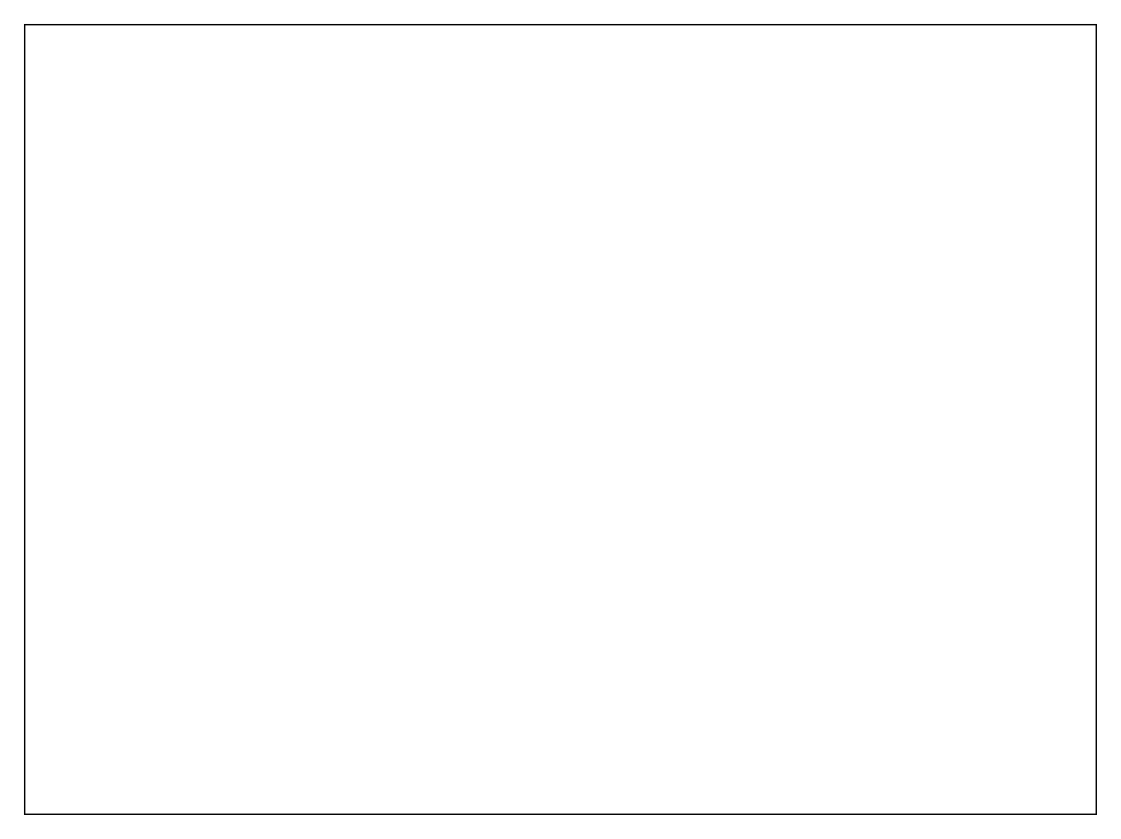
This is docs/Components.drawio from paulologeh/FlexForms, a draw.io file, before an edit. Source tidied: cells renumbered, new cells numbered last; positions are measured from the earlier drawing's top-left corner, leaving out a move shared by most shapes. Both pictures are drawn from the tidied source at 141%, with x=0, y=0 at pixel (24, 24).
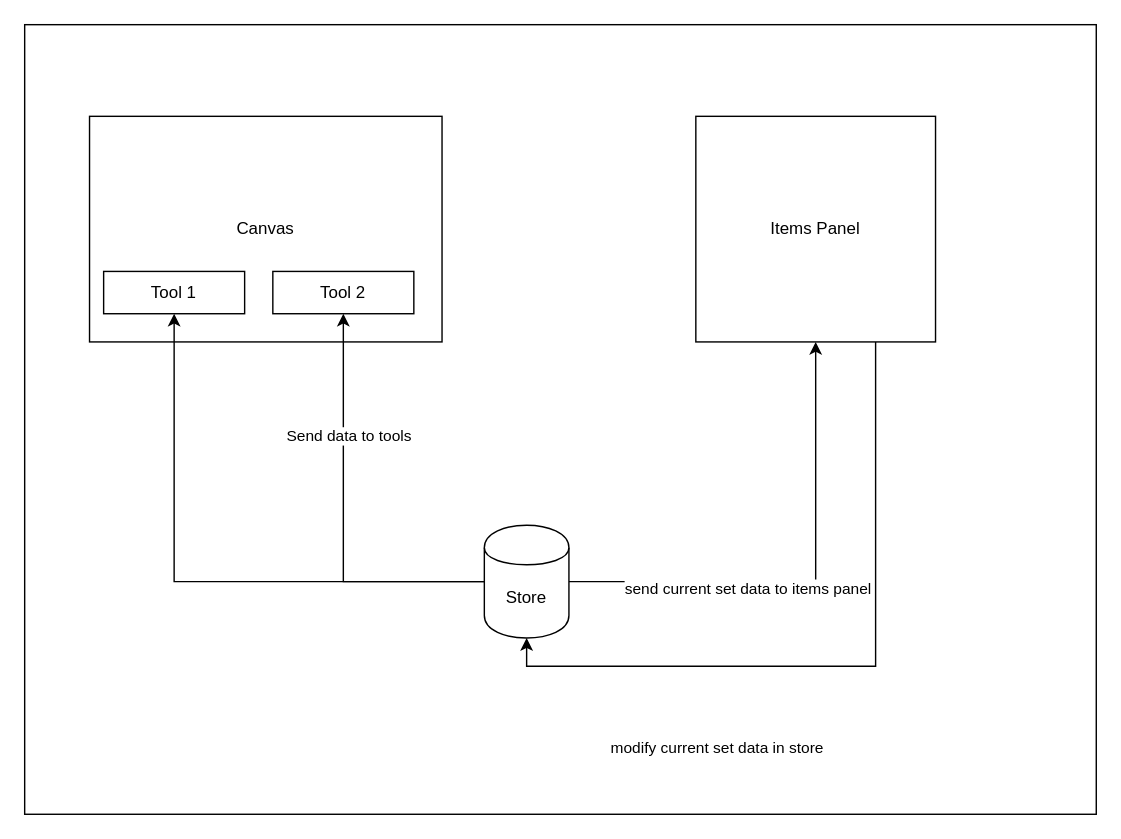
The same page after the edit.

Commit message (it also covers changes not shown here):
Added store and made responsive

Diff of the diagram source:
```diff
@@
 <mxGraphModel>
   <root>
     <mxCell id="0" />
     <mxCell id="1" parent="0" />
     <mxCell id="2" style="rounded=0;whiteSpace=wrap;html=1;" parent="1" vertex="1">
       <mxGeometry width="760" height="560" as="geometry" />
     </mxCell>
+    <mxCell id="3" value="Canvas" style="rounded=0;whiteSpace=wrap;html=1;" parent="1" vertex="1">
+      <mxGeometry x="46" y="65" width="250" height="160" as="geometry" />
+    </mxCell>
+    <mxCell id="4" value="Tool 1" style="rounded=0;whiteSpace=wrap;html=1;" parent="1" vertex="1">
+      <mxGeometry x="56" y="175" width="100" height="30" as="geometry" />
+    </mxCell>
+    <mxCell id="5" value="Tool 2" style="rounded=0;whiteSpace=wrap;html=1;" parent="1" vertex="1">
+      <mxGeometry x="176" y="175" width="100" height="30" as="geometry" />
+    </mxCell>
+    <mxCell id="6" style="edgeStyle=orthogonalEdgeStyle;rounded=0;jettySize=auto;html=1;exitX=0.75;exitY=1;exitDx=0;exitDy=0;entryX=0.5;entryY=1;entryDx=0;entryDy=0;" parent="1" edge="1" source="8" target="14">
+      <mxGeometry relative="1" as="geometry" />
+    </mxCell>
+    <mxCell id="7" value="modify current set data in store" style="edgeLabel;html=1;align=center;verticalAlign=middle;" parent="6" vertex="1">
+      <mxGeometry x="-0.08" y="-57" relative="1" as="geometry">
+        <mxPoint x="-56" y="58" as="offset" />
+      </mxGeometry>
+    </mxCell>
+    <mxCell id="8" value="Items Panel" style="rounded=0;whiteSpace=wrap;html=1;" parent="1" vertex="1">
+      <mxGeometry x="476" y="65" width="170" height="160" as="geometry" />
+    </mxCell>
+    <mxCell id="9" style="edgeStyle=orthogonalEdgeStyle;rounded=0;jettySize=auto;html=1;exitX=1;exitY=0.5;exitDx=0;exitDy=0;" parent="1" edge="1" source="14" target="8">
+      <mxGeometry relative="1" as="geometry" />
+    </mxCell>
+    <mxCell id="10" value="send current set data to items panel" style="edgeLabel;html=1;align=center;verticalAlign=middle;" parent="9" vertex="1">
+      <mxGeometry x="-0.27" y="-4" relative="1" as="geometry" />
+    </mxCell>
+    <mxCell id="11" style="edgeStyle=orthogonalEdgeStyle;rounded=0;jettySize=auto;html=1;exitX=0;exitY=0.5;exitDx=0;exitDy=0;" parent="1" edge="1" source="14" target="5">
+      <mxGeometry relative="1" as="geometry">
+        <Array as="points">
+          <mxPoint x="226" y="395" />
+        </Array>
+      </mxGeometry>
+    </mxCell>
+    <mxCell id="12" value="Send data to tools" style="edgeLabel;html=1;align=center;verticalAlign=middle;" parent="11" vertex="1">
+      <mxGeometry x="0.41" y="-3" relative="1" as="geometry" />
+    </mxCell>
+    <mxCell id="13" style="edgeStyle=orthogonalEdgeStyle;rounded=0;jettySize=auto;html=1;exitX=0;exitY=0.5;exitDx=0;exitDy=0;entryX=0.5;entryY=1;entryDx=0;entryDy=0;" parent="1" edge="1" source="14" target="4">
+      <mxGeometry relative="1" as="geometry" />
+    </mxCell>
+    <mxCell id="14" value="Store" style="shape=cylinder;whiteSpace=wrap;html=1;boundedLbl=1;backgroundOutline=1;" parent="1" vertex="1">
+      <mxGeometry x="326" y="355" width="60" height="80" as="geometry" />
+    </mxCell>
   </root>
 </mxGraphModel>
```
